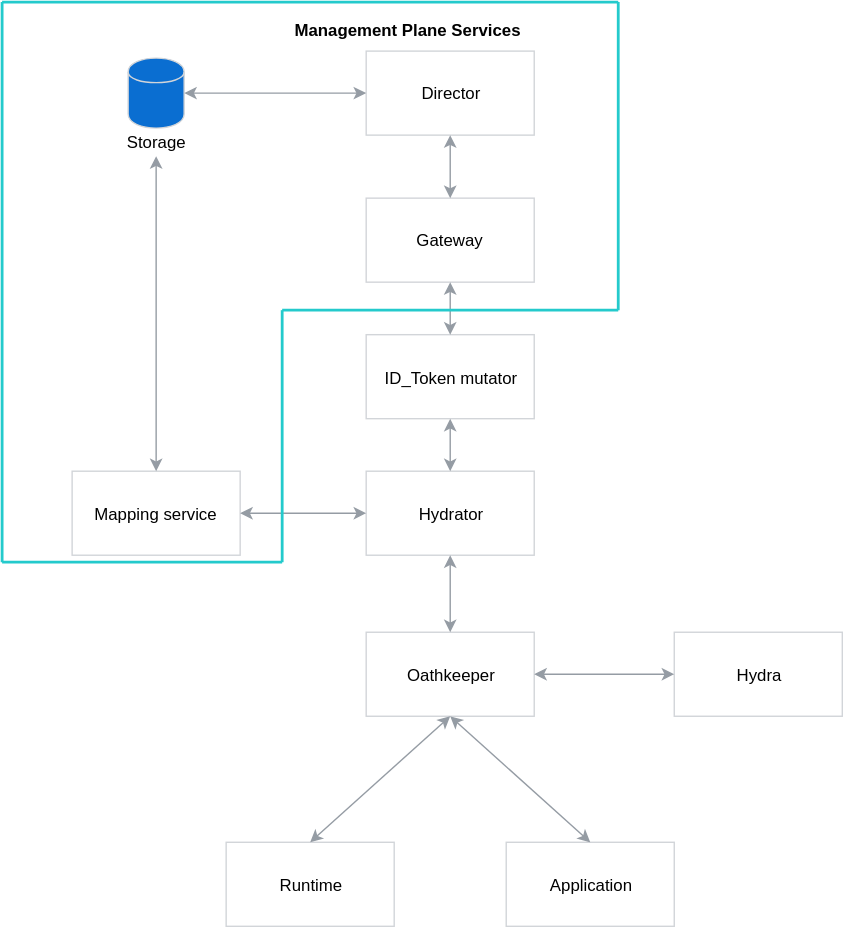
The draw.io diagram docs/architecture/assets/compass-auth.svg in kyma-incubator/compass, before a commit. Source tidied: cells renumbered, new cells last; positions are measured from the earlier drawing's top-left corner, leaving out a move shared by most shapes. The source it was exported from:
```xml
<mxGraphModel>
  <root>
    <mxCell id="0" />
    <mxCell id="1" parent="0" />
    <mxCell id="2" value="Gateway" style="rounded=0;whiteSpace=wrap;html=1;strokeColor=#D2D5D9;" parent="1" vertex="1">
      <mxGeometry x="260" y="140" width="120" height="60" as="geometry" />
    </mxCell>
    <mxCell id="3" value="Hydrator&lt;br&gt;" style="rounded=0;whiteSpace=wrap;html=1;strokeColor=#D2D5D9;" parent="1" vertex="1">
      <mxGeometry x="260" y="335" width="120" height="60" as="geometry" />
    </mxCell>
    <mxCell id="4" value="ID_Token mutator&lt;br&gt;" style="rounded=0;whiteSpace=wrap;html=1;fillColor=#FFFFFF;strokeColor=#D2D5D9;" parent="1" vertex="1">
      <mxGeometry x="260" y="237.5" width="120" height="60" as="geometry" />
    </mxCell>
    <mxCell id="5" value="Mapping service&lt;br&gt;" style="rounded=0;whiteSpace=wrap;html=1;fillColor=#FFFFFF;strokeColor=#D2D5D9;" parent="1" vertex="1">
      <mxGeometry x="50" y="335" width="120" height="60" as="geometry" />
    </mxCell>
    <mxCell id="6" value="Oathkeeper" style="rounded=0;whiteSpace=wrap;html=1;strokeColor=#D2D5D9;" parent="1" vertex="1">
      <mxGeometry x="260" y="450" width="120" height="60" as="geometry" />
    </mxCell>
    <mxCell id="7" value="Hydra&lt;br&gt;" style="rounded=0;whiteSpace=wrap;html=1;strokeColor=#D2D5D9;" parent="1" vertex="1">
      <mxGeometry x="480" y="450" width="120" height="60" as="geometry" />
    </mxCell>
    <mxCell id="8" style="endArrow=classic;startArrow=classic;html=1;entryX=0.5;entryY=1;entryDx=0;entryDy=0;exitX=0.5;exitY=0;exitDx=0;exitDy=0;strokeColor=#959CA4;" parent="1" edge="1" source="3" target="4">
      <mxGeometry relative="1" as="geometry" />
    </mxCell>
    <mxCell id="9" style="endArrow=classic;startArrow=classic;html=1;entryX=0;entryY=0.5;entryDx=0;entryDy=0;exitX=1;exitY=0.5;exitDx=0;exitDy=0;strokeColor=#959CA4;" parent="1" edge="1" source="5" target="3">
      <mxGeometry relative="1" as="geometry" />
    </mxCell>
    <mxCell id="10" style="endArrow=classic;startArrow=classic;html=1;entryX=0;entryY=0.5;entryDx=0;entryDy=0;exitX=1;exitY=0.5;exitDx=0;exitDy=0;strokeColor=#959CA4;" parent="1" edge="1" target="7">
      <mxGeometry relative="1" as="geometry">
        <mxPoint x="380" y="480" as="sourcePoint" />
      </mxGeometry>
    </mxCell>
    <mxCell id="11" value="Director&lt;br&gt;" style="rounded=0;whiteSpace=wrap;html=1;strokeColor=#D2D5D9;" parent="1" vertex="1">
      <mxGeometry x="260" y="35" width="120" height="60" as="geometry" />
    </mxCell>
    <mxCell id="12" style="shape=cylinder;whiteSpace=wrap;html=1;boundedLbl=1;backgroundOutline=1;strokeColor=#D2D5D9;fillColor=#0A6ED1;" parent="1" vertex="1">
      <mxGeometry x="90" y="40" width="40" height="50" as="geometry" />
    </mxCell>
    <mxCell id="13" style="endArrow=classic;startArrow=classic;html=1;strokeColor=#959CA4;exitX=1;exitY=0.5;exitDx=0;exitDy=0;entryX=0;entryY=0.5;entryDx=0;entryDy=0;" parent="1" edge="1" source="12" target="11">
      <mxGeometry relative="1" as="geometry" />
    </mxCell>
    <mxCell id="14" style="endArrow=classic;startArrow=classic;html=1;strokeColor=#959CA4;exitX=0.5;exitY=1;exitDx=0;exitDy=0;entryX=0.5;entryY=0;entryDx=0;entryDy=0;" parent="1" edge="1" source="22" target="5">
      <mxGeometry relative="1" as="geometry" />
    </mxCell>
    <mxCell id="15" style="endArrow=classic;startArrow=classic;html=1;entryX=0.5;entryY=1;entryDx=0;entryDy=0;exitX=0.5;exitY=0;exitDx=0;exitDy=0;strokeColor=#959CA4;" parent="1" edge="1" source="2" target="11">
      <mxGeometry relative="1" as="geometry" />
    </mxCell>
    <mxCell id="16" style="endArrow=classic;startArrow=classic;html=1;entryX=0.5;entryY=1;entryDx=0;entryDy=0;strokeColor=#959CA4;exitX=0.5;exitY=0;exitDx=0;exitDy=0;" parent="1" edge="1" source="4" target="2">
      <mxGeometry relative="1" as="geometry" />
    </mxCell>
    <mxCell id="17" style="endArrow=classic;startArrow=classic;html=1;entryX=0.5;entryY=1;entryDx=0;entryDy=0;exitX=0.5;exitY=0;exitDx=0;exitDy=0;strokeColor=#959CA4;" parent="1" edge="1" source="6" target="3">
      <mxGeometry relative="1" as="geometry" />
    </mxCell>
    <mxCell id="18" value="Runtime&lt;br&gt;" style="rounded=0;whiteSpace=wrap;html=1;strokeColor=#D2D5D9;" parent="1" vertex="1">
      <mxGeometry x="160" y="600" width="120" height="60" as="geometry" />
    </mxCell>
    <mxCell id="19" value="Application" style="rounded=0;whiteSpace=wrap;html=1;strokeColor=#D2D5D9;" parent="1" vertex="1">
      <mxGeometry x="360" y="600" width="120" height="60" as="geometry" />
    </mxCell>
    <mxCell id="20" style="endArrow=classic;startArrow=classic;html=1;strokeColor=#959CA4;entryX=0.5;entryY=1;entryDx=0;entryDy=0;exitX=0.5;exitY=0;exitDx=0;exitDy=0;" parent="1" edge="1" source="18" target="6">
      <mxGeometry relative="1" as="geometry" />
    </mxCell>
    <mxCell id="21" style="endArrow=classic;startArrow=classic;html=1;strokeColor=#959CA4;entryX=0.5;entryY=1;entryDx=0;entryDy=0;exitX=0.5;exitY=0;exitDx=0;exitDy=0;" parent="1" edge="1" source="19" target="6">
      <mxGeometry relative="1" as="geometry" />
    </mxCell>
    <mxCell id="22" value="Storage&lt;br&gt;" style="text;html=1;strokeColor=none;fillColor=none;align=center;verticalAlign=middle;whiteSpace=wrap;rounded=0;" parent="1" vertex="1">
      <mxGeometry x="90" y="90" width="40" height="20" as="geometry" />
    </mxCell>
    <mxCell id="23" style="endArrow=none;html=1;strokeColor=#24CACC;strokeWidth=2;" parent="1" edge="1">
      <mxGeometry relative="1" as="geometry">
        <mxPoint y="400" as="sourcePoint" />
        <mxPoint as="targetPoint" />
      </mxGeometry>
    </mxCell>
    <mxCell id="24" style="endArrow=none;html=1;strokeColor=#24CACC;strokeWidth=2;" parent="1" edge="1">
      <mxGeometry relative="1" as="geometry">
        <mxPoint x="440" y="220" as="sourcePoint" />
        <mxPoint x="440" as="targetPoint" />
      </mxGeometry>
    </mxCell>
    <mxCell id="25" style="endArrow=none;html=1;strokeColor=#24CACC;strokeWidth=2;" parent="1" edge="1">
      <mxGeometry relative="1" as="geometry">
        <mxPoint x="440" y="220" as="sourcePoint" />
        <mxPoint x="200" y="220" as="targetPoint" />
      </mxGeometry>
    </mxCell>
    <mxCell id="26" style="endArrow=none;html=1;strokeColor=#24CACC;strokeWidth=2;" parent="1" edge="1">
      <mxGeometry relative="1" as="geometry">
        <mxPoint x="200" y="400" as="sourcePoint" />
        <mxPoint x="200" y="220" as="targetPoint" />
      </mxGeometry>
    </mxCell>
    <mxCell id="27" style="endArrow=none;html=1;strokeColor=#24CACC;strokeWidth=2;" parent="1" edge="1">
      <mxGeometry relative="1" as="geometry">
        <mxPoint x="200" y="400" as="sourcePoint" />
        <mxPoint y="400" as="targetPoint" />
      </mxGeometry>
    </mxCell>
    <mxCell id="28" style="endArrow=none;html=1;strokeColor=#24CACC;strokeWidth=2;" parent="1" edge="1">
      <mxGeometry relative="1" as="geometry">
        <mxPoint x="440" as="sourcePoint" />
        <mxPoint as="targetPoint" />
      </mxGeometry>
    </mxCell>
    <mxCell id="29" value="Management Plane Services" style="text;html=1;strokeColor=none;fillColor=none;align=center;verticalAlign=middle;whiteSpace=wrap;rounded=0;strokeWidth=1;fontStyle=1;" parent="1" vertex="1">
      <mxGeometry x="200" y="10" width="180" height="20" as="geometry" />
    </mxCell>
  </root>
</mxGraphModel>
```
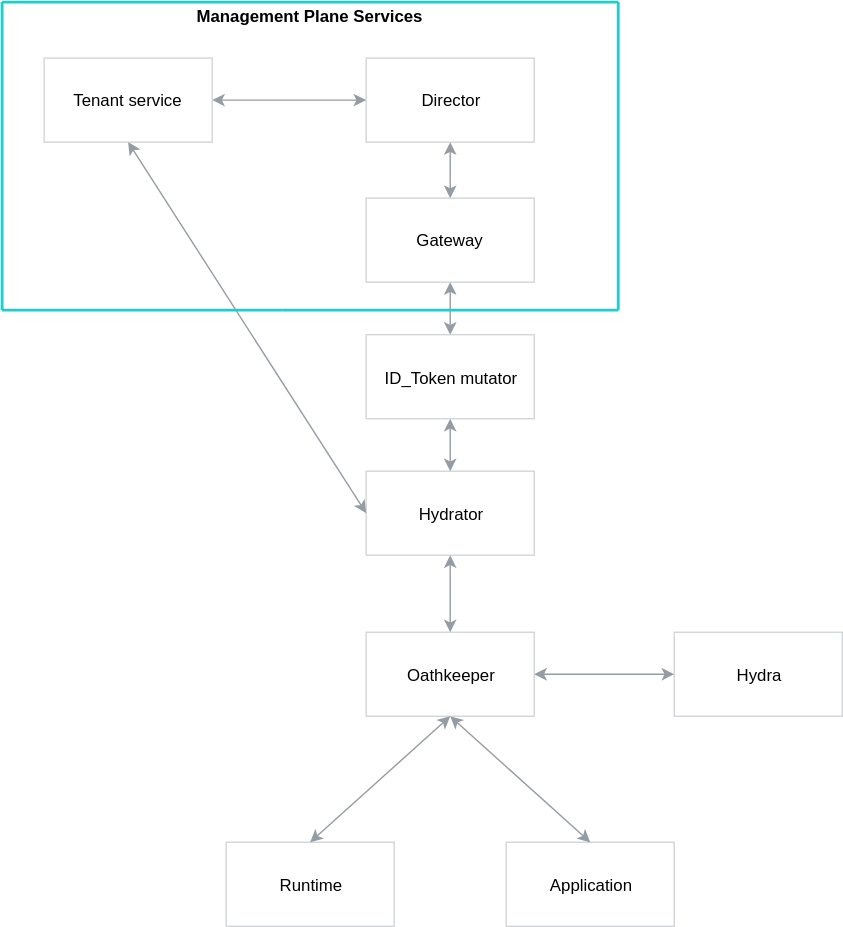
The same file after the commit.

What changed in the source:
```diff
@@ -11,8 +11,8 @@
     <mxCell id="4" value="ID_Token mutator&lt;br&gt;" style="rounded=0;whiteSpace=wrap;html=1;fillColor=#FFFFFF;strokeColor=#D2D5D9;" parent="1" vertex="1">
       <mxGeometry x="260" y="237.5" width="120" height="60" as="geometry" />
     </mxCell>
-    <mxCell id="5" value="Mapping service&lt;br&gt;" style="rounded=0;whiteSpace=wrap;html=1;fillColor=#FFFFFF;strokeColor=#D2D5D9;" parent="1" vertex="1">
-      <mxGeometry x="50" y="335" width="120" height="60" as="geometry" />
+    <mxCell id="5" value="Tenant service" style="rounded=0;whiteSpace=wrap;html=1;fillColor=#FFFFFF;strokeColor=#D2D5D9;" parent="1" vertex="1">
+      <mxGeometry x="30" y="40" width="120" height="60" as="geometry" />
     </mxCell>
     <mxCell id="6" value="Oathkeeper" style="rounded=0;whiteSpace=wrap;html=1;strokeColor=#D2D5D9;" parent="1" vertex="1">
       <mxGeometry x="260" y="450" width="120" height="60" as="geometry" />
@@ -23,7 +23,7 @@
     <mxCell id="8" style="endArrow=classic;startArrow=classic;html=1;entryX=0.5;entryY=1;entryDx=0;entryDy=0;exitX=0.5;exitY=0;exitDx=0;exitDy=0;strokeColor=#959CA4;" parent="1" edge="1" source="3" target="4">
       <mxGeometry relative="1" as="geometry" />
     </mxCell>
-    <mxCell id="9" style="endArrow=classic;startArrow=classic;html=1;entryX=0;entryY=0.5;entryDx=0;entryDy=0;exitX=1;exitY=0.5;exitDx=0;exitDy=0;strokeColor=#959CA4;" parent="1" edge="1" source="5" target="3">
+    <mxCell id="9" style="endArrow=classic;startArrow=classic;html=1;entryX=0;entryY=0.5;entryDx=0;entryDy=0;exitX=0.5;exitY=1;exitDx=0;exitDy=0;strokeColor=#959CA4;" parent="1" edge="1" source="5" target="3">
       <mxGeometry relative="1" as="geometry" />
     </mxCell>
     <mxCell id="10" style="endArrow=classic;startArrow=classic;html=1;entryX=0;entryY=0.5;entryDx=0;entryDy=0;exitX=1;exitY=0.5;exitDx=0;exitDy=0;strokeColor=#959CA4;" parent="1" edge="1" target="7">
@@ -32,17 +32,8 @@
       </mxGeometry>
     </mxCell>
     <mxCell id="11" value="Director&lt;br&gt;" style="rounded=0;whiteSpace=wrap;html=1;strokeColor=#D2D5D9;" parent="1" vertex="1">
-      <mxGeometry x="260" y="35" width="120" height="60" as="geometry" />
+      <mxGeometry x="260" y="40" width="120" height="60" as="geometry" />
     </mxCell>
-    <mxCell id="12" style="shape=cylinder;whiteSpace=wrap;html=1;boundedLbl=1;backgroundOutline=1;strokeColor=#D2D5D9;fillColor=#0A6ED1;" parent="1" vertex="1">
-      <mxGeometry x="90" y="40" width="40" height="50" as="geometry" />
-    </mxCell>
-    <mxCell id="13" style="endArrow=classic;startArrow=classic;html=1;strokeColor=#959CA4;exitX=1;exitY=0.5;exitDx=0;exitDy=0;entryX=0;entryY=0.5;entryDx=0;entryDy=0;" parent="1" edge="1" source="12" target="11">
-      <mxGeometry relative="1" as="geometry" />
-    </mxCell>
-    <mxCell id="14" style="endArrow=classic;startArrow=classic;html=1;strokeColor=#959CA4;exitX=0.5;exitY=1;exitDx=0;exitDy=0;entryX=0.5;entryY=0;entryDx=0;entryDy=0;" parent="1" edge="1" source="22" target="5">
-      <mxGeometry relative="1" as="geometry" />
-    </mxCell>
     <mxCell id="15" style="endArrow=classic;startArrow=classic;html=1;entryX=0.5;entryY=1;entryDx=0;entryDy=0;exitX=0.5;exitY=0;exitDx=0;exitDy=0;strokeColor=#959CA4;" parent="1" edge="1" source="2" target="11">
       <mxGeometry relative="1" as="geometry" />
     </mxCell>
@@ -64,15 +55,6 @@
     <mxCell id="21" style="endArrow=classic;startArrow=classic;html=1;strokeColor=#959CA4;entryX=0.5;entryY=1;entryDx=0;entryDy=0;exitX=0.5;exitY=0;exitDx=0;exitDy=0;" parent="1" edge="1" source="19" target="6">
       <mxGeometry relative="1" as="geometry" />
     </mxCell>
-    <mxCell id="22" value="Storage&lt;br&gt;" style="text;html=1;strokeColor=none;fillColor=none;align=center;verticalAlign=middle;whiteSpace=wrap;rounded=0;" parent="1" vertex="1">
-      <mxGeometry x="90" y="90" width="40" height="20" as="geometry" />
-    </mxCell>
-    <mxCell id="23" style="endArrow=none;html=1;strokeColor=#24CACC;strokeWidth=2;" parent="1" edge="1">
-      <mxGeometry relative="1" as="geometry">
-        <mxPoint y="400" as="sourcePoint" />
-        <mxPoint as="targetPoint" />
-      </mxGeometry>
-    </mxCell>
     <mxCell id="24" style="endArrow=none;html=1;strokeColor=#24CACC;strokeWidth=2;" parent="1" edge="1">
       <mxGeometry relative="1" as="geometry">
         <mxPoint x="440" y="220" as="sourcePoint" />
@@ -85,16 +67,10 @@
         <mxPoint x="200" y="220" as="targetPoint" />
       </mxGeometry>
     </mxCell>
-    <mxCell id="26" style="endArrow=none;html=1;strokeColor=#24CACC;strokeWidth=2;" parent="1" edge="1">
-      <mxGeometry relative="1" as="geometry">
-        <mxPoint x="200" y="400" as="sourcePoint" />
-        <mxPoint x="200" y="220" as="targetPoint" />
-      </mxGeometry>
-    </mxCell>
     <mxCell id="27" style="endArrow=none;html=1;strokeColor=#24CACC;strokeWidth=2;" parent="1" edge="1">
       <mxGeometry relative="1" as="geometry">
-        <mxPoint x="200" y="400" as="sourcePoint" />
-        <mxPoint y="400" as="targetPoint" />
+        <mxPoint x="200" y="220" as="sourcePoint" />
+        <mxPoint y="220" as="targetPoint" />
       </mxGeometry>
     </mxCell>
     <mxCell id="28" style="endArrow=none;html=1;strokeColor=#24CACC;strokeWidth=2;" parent="1" edge="1">
@@ -104,7 +80,16 @@
       </mxGeometry>
     </mxCell>
     <mxCell id="29" value="Management Plane Services" style="text;html=1;strokeColor=none;fillColor=none;align=center;verticalAlign=middle;whiteSpace=wrap;rounded=0;strokeWidth=1;fontStyle=1;" parent="1" vertex="1">
-      <mxGeometry x="200" y="10" width="180" height="20" as="geometry" />
+      <mxGeometry x="130" width="180" height="20" as="geometry" />
     </mxCell>
+    <mxCell id="30" style="endArrow=classic;startArrow=classic;html=1;entryX=0;entryY=0.5;entryDx=0;entryDy=0;exitX=1;exitY=0.5;exitDx=0;exitDy=0;strokeColor=#959CA4;" parent="1" edge="1" source="5" target="11">
+      <mxGeometry relative="1" as="geometry" />
+    </mxCell>
+    <mxCell id="31" style="endArrow=none;html=1;strokeColor=#24CACC;strokeWidth=2;" parent="1" edge="1">
+      <mxGeometry relative="1" as="geometry">
+        <mxPoint y="220" as="sourcePoint" />
+        <mxPoint as="targetPoint" />
+      </mxGeometry>
+    </mxCell>
   </root>
 </mxGraphModel>
```
